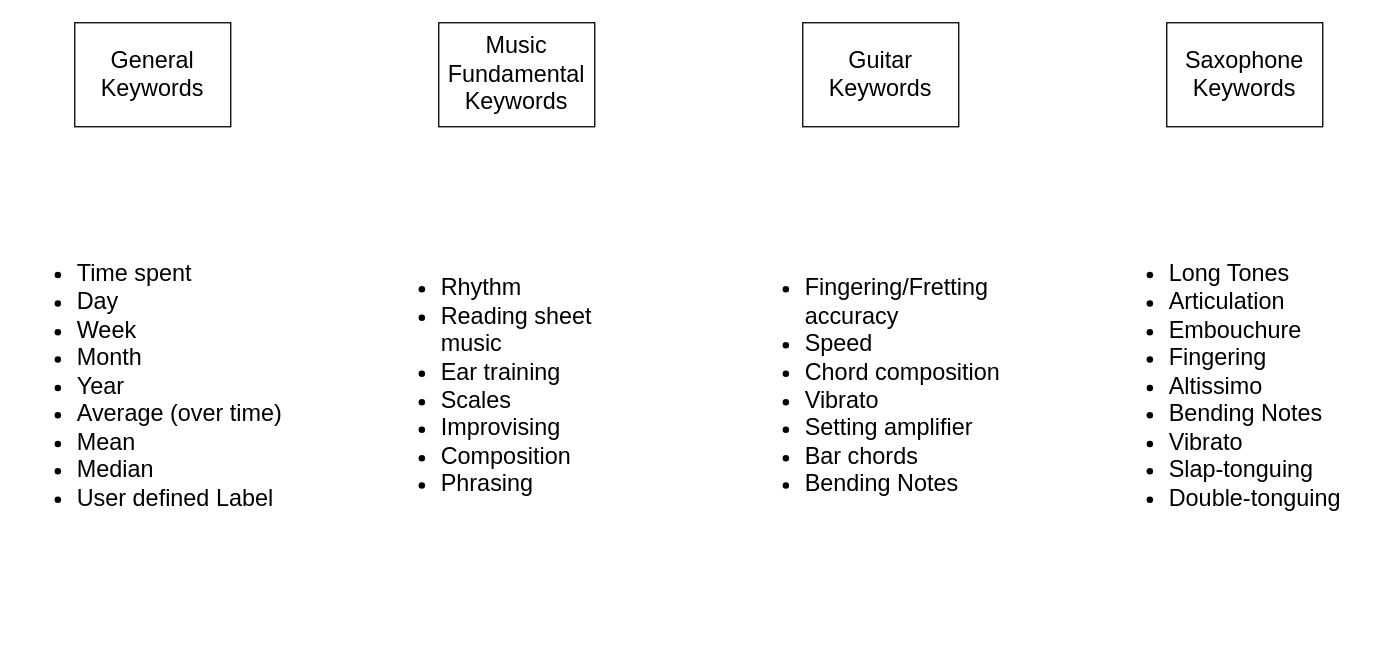
This is page "Keywords" (1 of 7) of Final Project Files/finalProject.drawio from EvanYohe/SessionManager, a draw.io file, before an edit. Source tidied: cells renumbered, new cells numbered last; positions are measured from the earlier drawing's top-left corner, leaving out a move shared by most shapes. Both pictures are drawn from the tidied source at 130%, with x=0, y=0 at pixel (22, 22).
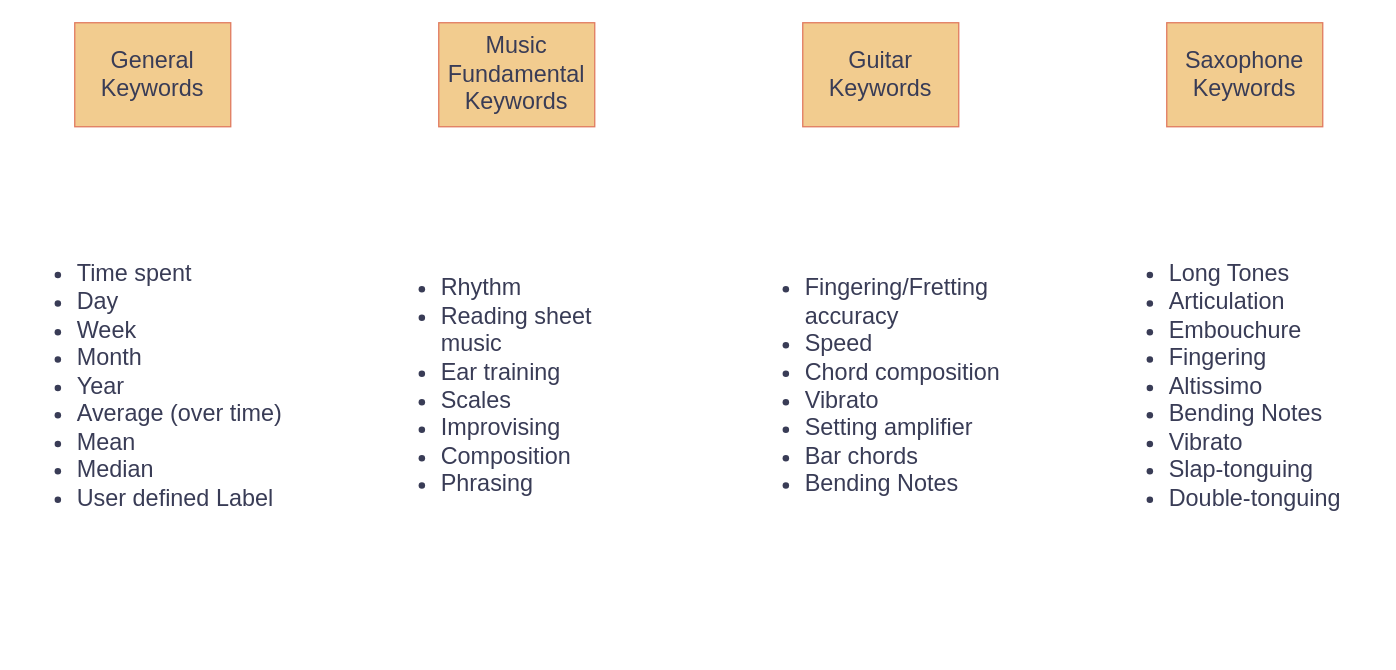
Above is the later version.

The edit, as a diff of the source:
```diff
@@
 <mxGraphModel>
   <root>
     <mxCell id="0" />
     <mxCell id="1" parent="0" />
-    <mxCell id="2" value="&lt;ul style=&quot;font-size: 18px;&quot;&gt;&lt;li style=&quot;font-size: 18px;&quot;&gt;Time spent&lt;br&gt;&lt;/li&gt;&lt;li style=&quot;font-size: 18px;&quot;&gt;Day&lt;br&gt;&lt;/li&gt;&lt;li style=&quot;font-size: 18px;&quot;&gt;Week&lt;br&gt;&lt;/li&gt;&lt;li style=&quot;font-size: 18px;&quot;&gt;Month&lt;/li&gt;&lt;li style=&quot;font-size: 18px;&quot;&gt;Year&lt;/li&gt;&lt;li style=&quot;font-size: 18px;&quot;&gt;Average (over time)&lt;/li&gt;&lt;li style=&quot;font-size: 18px;&quot;&gt;Mean&lt;/li&gt;&lt;li style=&quot;font-size: 18px;&quot;&gt;Median&lt;/li&gt;&lt;li style=&quot;font-size: 18px;&quot;&gt;User defined Label&lt;br&gt;&lt;/li&gt;&lt;/ul&gt;" style="text;strokeColor=none;fillColor=none;html=1;whiteSpace=wrap;verticalAlign=middle;overflow=hidden;fontSize=18;align=left;" parent="1" vertex="1">
+    <mxCell id="2" value="&lt;ul style=&quot;font-size: 18px;&quot;&gt;&lt;li style=&quot;font-size: 18px;&quot;&gt;Time spent&lt;br&gt;&lt;/li&gt;&lt;li style=&quot;font-size: 18px;&quot;&gt;Day&lt;br&gt;&lt;/li&gt;&lt;li style=&quot;font-size: 18px;&quot;&gt;Week&lt;br&gt;&lt;/li&gt;&lt;li style=&quot;font-size: 18px;&quot;&gt;Month&lt;/li&gt;&lt;li style=&quot;font-size: 18px;&quot;&gt;Year&lt;/li&gt;&lt;li style=&quot;font-size: 18px;&quot;&gt;Average (over time)&lt;/li&gt;&lt;li style=&quot;font-size: 18px;&quot;&gt;Mean&lt;/li&gt;&lt;li style=&quot;font-size: 18px;&quot;&gt;Median&lt;/li&gt;&lt;li style=&quot;font-size: 18px;&quot;&gt;User defined Label&lt;br&gt;&lt;/li&gt;&lt;/ul&gt;" style="text;strokeColor=none;fillColor=none;html=1;whiteSpace=wrap;verticalAlign=middle;overflow=hidden;fontSize=18;align=left;labelBackgroundColor=none;fontColor=#393C56;" parent="1" vertex="1">
       <mxGeometry y="80" width="200" height="400" as="geometry" />
     </mxCell>
-    <mxCell id="3" value="&lt;ul style=&quot;font-size: 18px;&quot;&gt;&lt;li style=&quot;font-size: 18px;&quot;&gt;Long Tones&lt;/li&gt;&lt;li style=&quot;font-size: 18px;&quot;&gt;Articulation&lt;/li&gt;&lt;li style=&quot;font-size: 18px;&quot;&gt;Embouchure&lt;/li&gt;&lt;li style=&quot;font-size: 18px;&quot;&gt;Fingering&lt;/li&gt;&lt;li style=&quot;font-size: 18px;&quot;&gt;Altissimo&lt;/li&gt;&lt;li style=&quot;font-size: 18px;&quot;&gt;Bending Notes&lt;br&gt;&lt;/li&gt;&lt;li style=&quot;font-size: 18px;&quot;&gt;Vibrato&lt;/li&gt;&lt;li style=&quot;font-size: 18px;&quot;&gt;Slap-tonguing&lt;/li&gt;&lt;li style=&quot;font-size: 18px;&quot;&gt;Double-tonguing&lt;/li&gt;&lt;/ul&gt;" style="text;strokeColor=none;fillColor=none;html=1;whiteSpace=wrap;verticalAlign=middle;overflow=hidden;fontSize=18;align=left;" parent="1" vertex="1">
+    <mxCell id="3" value="&lt;ul style=&quot;font-size: 18px;&quot;&gt;&lt;li style=&quot;font-size: 18px;&quot;&gt;Long Tones&lt;/li&gt;&lt;li style=&quot;font-size: 18px;&quot;&gt;Articulation&lt;/li&gt;&lt;li style=&quot;font-size: 18px;&quot;&gt;Embouchure&lt;/li&gt;&lt;li style=&quot;font-size: 18px;&quot;&gt;Fingering&lt;/li&gt;&lt;li style=&quot;font-size: 18px;&quot;&gt;Altissimo&lt;/li&gt;&lt;li style=&quot;font-size: 18px;&quot;&gt;Bending Notes&lt;br&gt;&lt;/li&gt;&lt;li style=&quot;font-size: 18px;&quot;&gt;Vibrato&lt;/li&gt;&lt;li style=&quot;font-size: 18px;&quot;&gt;Slap-tonguing&lt;/li&gt;&lt;li style=&quot;font-size: 18px;&quot;&gt;Double-tonguing&lt;/li&gt;&lt;/ul&gt;" style="text;strokeColor=none;fillColor=none;html=1;whiteSpace=wrap;verticalAlign=middle;overflow=hidden;fontSize=18;align=left;labelBackgroundColor=none;fontColor=#393C56;" parent="1" vertex="1">
       <mxGeometry x="840" y="80" width="200" height="400" as="geometry" />
     </mxCell>
-    <mxCell id="4" value="&lt;ul style=&quot;font-size: 18px;&quot;&gt;&lt;li style=&quot;font-size: 18px;&quot;&gt;Fingering/Fretting accuracy&lt;/li&gt;&lt;li style=&quot;font-size: 18px;&quot;&gt;Speed&lt;/li&gt;&lt;li style=&quot;font-size: 18px;&quot;&gt;Chord composition&lt;/li&gt;&lt;li style=&quot;font-size: 18px;&quot;&gt;Vibrato&lt;/li&gt;&lt;li style=&quot;font-size: 18px;&quot;&gt;Setting amplifier&lt;/li&gt;&lt;li style=&quot;font-size: 18px;&quot;&gt;Bar chords&lt;/li&gt;&lt;li style=&quot;font-size: 18px;&quot;&gt;Bending Notes&lt;br&gt;&lt;/li&gt;&lt;/ul&gt;" style="text;strokeColor=none;fillColor=none;html=1;whiteSpace=wrap;verticalAlign=middle;overflow=hidden;fontSize=18;align=left;" parent="1" vertex="1">
+    <mxCell id="4" value="&lt;ul style=&quot;font-size: 18px;&quot;&gt;&lt;li style=&quot;font-size: 18px;&quot;&gt;Fingering/Fretting accuracy&lt;/li&gt;&lt;li style=&quot;font-size: 18px;&quot;&gt;Speed&lt;/li&gt;&lt;li style=&quot;font-size: 18px;&quot;&gt;Chord composition&lt;/li&gt;&lt;li style=&quot;font-size: 18px;&quot;&gt;Vibrato&lt;/li&gt;&lt;li style=&quot;font-size: 18px;&quot;&gt;Setting amplifier&lt;/li&gt;&lt;li style=&quot;font-size: 18px;&quot;&gt;Bar chords&lt;/li&gt;&lt;li style=&quot;font-size: 18px;&quot;&gt;Bending Notes&lt;br&gt;&lt;/li&gt;&lt;/ul&gt;" style="text;strokeColor=none;fillColor=none;html=1;whiteSpace=wrap;verticalAlign=middle;overflow=hidden;fontSize=18;align=left;labelBackgroundColor=none;fontColor=#393C56;" parent="1" vertex="1">
       <mxGeometry x="560" y="80" width="200" height="400" as="geometry" />
     </mxCell>
-    <mxCell id="5" value="General Keywords" style="rounded=0;whiteSpace=wrap;html=1;fontSize=18;" parent="1" vertex="1">
+    <mxCell id="5" value="General Keywords" style="rounded=0;whiteSpace=wrap;html=1;fontSize=18;labelBackgroundColor=none;fillColor=#F2CC8F;strokeColor=#E07A5F;fontColor=#393C56;" parent="1" vertex="1">
       <mxGeometry x="40" width="120" height="80" as="geometry" />
     </mxCell>
-    <mxCell id="6" value="Music Fundamental Keywords" style="rounded=0;whiteSpace=wrap;html=1;fontSize=18;" parent="1" vertex="1">
+    <mxCell id="6" value="Music Fundamental Keywords" style="rounded=0;whiteSpace=wrap;html=1;fontSize=18;labelBackgroundColor=none;fillColor=#F2CC8F;strokeColor=#E07A5F;fontColor=#393C56;" parent="1" vertex="1">
       <mxGeometry x="320" width="120" height="80" as="geometry" />
     </mxCell>
-    <mxCell id="7" value="Guitar Keywords" style="rounded=0;whiteSpace=wrap;html=1;fontSize=18;" parent="1" vertex="1">
+    <mxCell id="7" value="Guitar Keywords" style="rounded=0;whiteSpace=wrap;html=1;fontSize=18;labelBackgroundColor=none;fillColor=#F2CC8F;strokeColor=#E07A5F;fontColor=#393C56;" parent="1" vertex="1">
       <mxGeometry x="600" width="120" height="80" as="geometry" />
     </mxCell>
-    <mxCell id="8" value="Saxophone Keywords" style="rounded=0;whiteSpace=wrap;html=1;fontSize=18;" parent="1" vertex="1">
+    <mxCell id="8" value="Saxophone Keywords" style="rounded=0;whiteSpace=wrap;html=1;fontSize=18;labelBackgroundColor=none;fillColor=#F2CC8F;strokeColor=#E07A5F;fontColor=#393C56;" parent="1" vertex="1">
       <mxGeometry x="880" width="120" height="80" as="geometry" />
     </mxCell>
-    <mxCell id="9" value="&lt;ul style=&quot;font-size: 18px;&quot;&gt;&lt;li style=&quot;font-size: 18px;&quot;&gt;Rhythm&lt;/li&gt;&lt;li style=&quot;font-size: 18px;&quot;&gt;Reading sheet music&lt;/li&gt;&lt;li style=&quot;font-size: 18px;&quot;&gt;Ear training&lt;/li&gt;&lt;li style=&quot;font-size: 18px;&quot;&gt;Scales&lt;/li&gt;&lt;li style=&quot;font-size: 18px;&quot;&gt;Improvising&lt;/li&gt;&lt;li style=&quot;font-size: 18px;&quot;&gt;Composition&lt;/li&gt;&lt;li style=&quot;font-size: 18px;&quot;&gt;Phrasing&lt;br&gt;&lt;/li&gt;&lt;/ul&gt;" style="text;strokeColor=none;fillColor=none;html=1;whiteSpace=wrap;verticalAlign=middle;overflow=hidden;fontSize=18;align=left;" parent="1" vertex="1">
+    <mxCell id="9" value="&lt;ul style=&quot;font-size: 18px;&quot;&gt;&lt;li style=&quot;font-size: 18px;&quot;&gt;Rhythm&lt;/li&gt;&lt;li style=&quot;font-size: 18px;&quot;&gt;Reading sheet music&lt;/li&gt;&lt;li style=&quot;font-size: 18px;&quot;&gt;Ear training&lt;/li&gt;&lt;li style=&quot;font-size: 18px;&quot;&gt;Scales&lt;/li&gt;&lt;li style=&quot;font-size: 18px;&quot;&gt;Improvising&lt;/li&gt;&lt;li style=&quot;font-size: 18px;&quot;&gt;Composition&lt;/li&gt;&lt;li style=&quot;font-size: 18px;&quot;&gt;Phrasing&lt;br&gt;&lt;/li&gt;&lt;/ul&gt;" style="text;strokeColor=none;fillColor=none;html=1;whiteSpace=wrap;verticalAlign=middle;overflow=hidden;fontSize=18;align=left;labelBackgroundColor=none;fontColor=#393C56;" parent="1" vertex="1">
       <mxGeometry x="280" y="80" width="200" height="400" as="geometry" />
     </mxCell>
   </root>
 </mxGraphModel>
```
